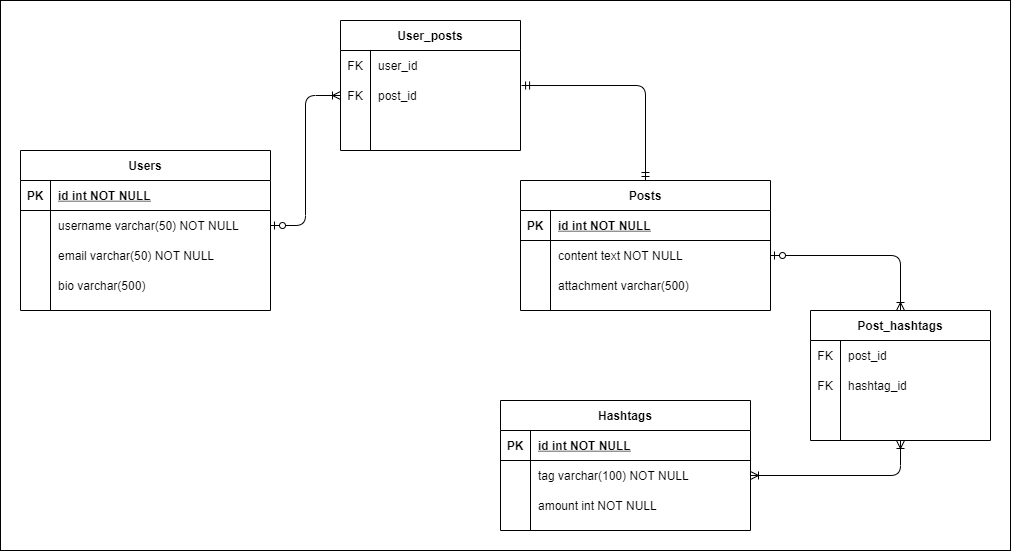
nardiyansah/Generasi-GIGIH-Final-Project keeps this draw.io diagram as social media.png. Above is the earlier version. Source tidied: cells renumbered, new cells last; positions are measured from the earlier drawing's top-left corner, leaving out a move shared by most shapes.
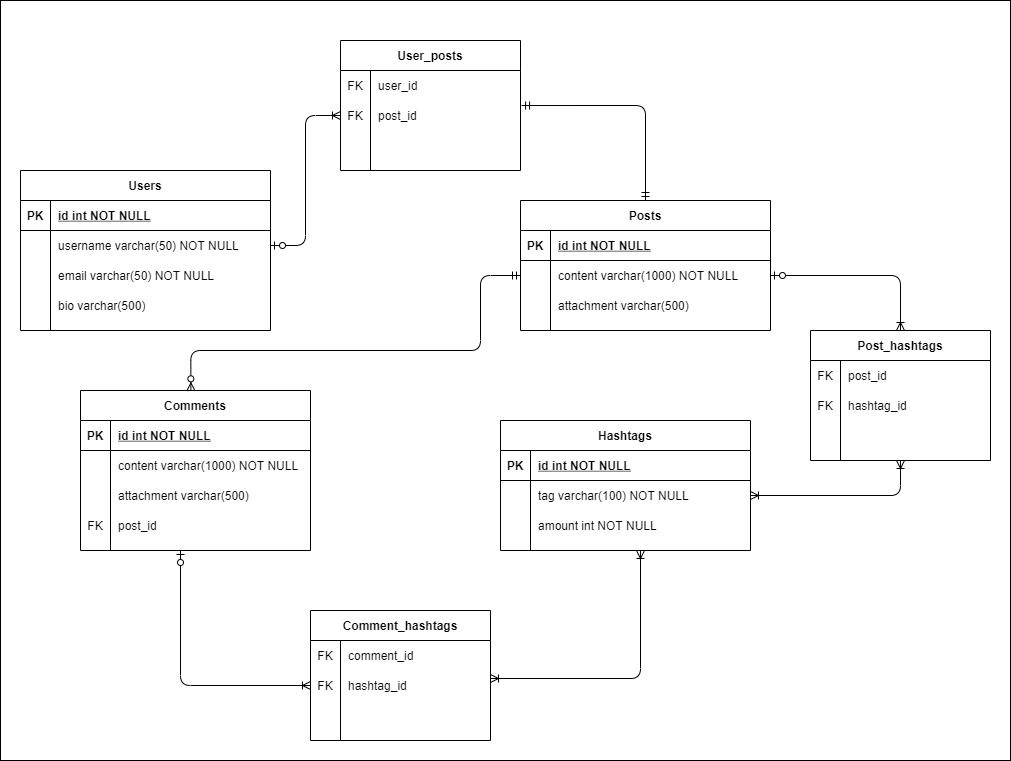
Later version of the same file.

Commit message:
[change] add table comment on scheme

Diff of the diagram source:
```diff
@@ -2,9 +2,9 @@
   <root>
     <mxCell id="0" />
     <mxCell id="1" parent="0" />
-    <mxCell id="2" style="rounded=0;whiteSpace=wrap;html=1;" parent="1" vertex="1">
-      <mxGeometry width="1010" height="550" as="geometry" />
-    </mxCell>
+    <mxCell id="60" style="rounded=0;whiteSpace=wrap;html=1;" parent="1" vertex="1">
+      <mxGeometry y="-20" width="1010" height="760" as="geometry" />
+    </mxCell>
     <mxCell id="3" value="Posts" style="shape=table;startSize=30;rowLines=0;fontStyle=1;align=center;" parent="1" vertex="1">
       <mxGeometry x="520" y="180" width="250" height="130" as="geometry" />
     </mxCell>
@@ -23,7 +23,7 @@
     <mxCell id="8" style="shape=partialRectangle;overflow=hidden;fillColor=none;top=0;left=0;bottom=0;right=0;" parent="7" vertex="1">
       <mxGeometry width="30" height="30" as="geometry" />
     </mxCell>
-    <mxCell id="9" value="content text NOT NULL" style="shape=partialRectangle;overflow=hidden;fillColor=none;top=0;left=0;bottom=0;right=0;align=left;spacingLeft=6;" parent="7" vertex="1">
+    <mxCell id="9" value="content varchar(1000) NOT NULL" style="shape=partialRectangle;overflow=hidden;fillColor=none;top=0;left=0;bottom=0;right=0;align=left;spacingLeft=6;" parent="7" vertex="1">
       <mxGeometry x="30" width="220" height="30" as="geometry" />
     </mxCell>
     <mxCell id="10" style="shape=partialRectangle;fillColor=none;top=0;left=0;right=0;bottom=0;" parent="3" vertex="1">
@@ -176,5 +176,94 @@
     <mxCell id="59" style="edgeStyle=orthogonalEdgeStyle;fontSize=12;html=1;endArrow=ERoneToMany;startArrow=ERoneToMany;exitX=1;exitY=0.5;exitDx=0;exitDy=0;entryX=0.5;entryY=1;entryDx=0;entryDy=0;" parent="1" edge="1" source="17" target="46">
       <mxGeometry relative="1" as="geometry" />
     </mxCell>
+    <mxCell id="61" value="Comments" style="shape=table;startSize=30;rowLines=0;fontStyle=1;align=center;" parent="1" vertex="1">
+      <mxGeometry x="80" y="370" width="230" height="160" as="geometry" />
+    </mxCell>
+    <mxCell id="62" style="shape=partialRectangle;fillColor=none;top=0;left=0;bottom=1;right=0;" parent="61" vertex="1">
+      <mxGeometry y="30" width="230" height="30" as="geometry" />
+    </mxCell>
+    <mxCell id="63" value="PK" style="shape=partialRectangle;fillColor=none;top=0;left=0;bottom=0;right=0;fontStyle=1;overflow=hidden;" parent="62" vertex="1">
+      <mxGeometry width="30" height="30" as="geometry" />
+    </mxCell>
+    <mxCell id="64" value="id int NOT NULL" style="shape=partialRectangle;fillColor=none;top=0;left=0;bottom=0;right=0;align=left;spacingLeft=6;fontStyle=5;overflow=hidden;" parent="62" vertex="1">
+      <mxGeometry x="30" width="200" height="30" as="geometry" />
+    </mxCell>
+    <mxCell id="65" style="shape=partialRectangle;fillColor=none;top=0;left=0;bottom=0;right=0;" parent="61" vertex="1">
+      <mxGeometry y="60" width="230" height="30" as="geometry" />
+    </mxCell>
+    <mxCell id="66" style="shape=partialRectangle;fillColor=none;top=0;left=0;bottom=0;right=0;overflow=hidden;" parent="65" vertex="1">
+      <mxGeometry width="30" height="30" as="geometry" />
+    </mxCell>
+    <mxCell id="67" value="content varchar(1000) NOT NULL" style="shape=partialRectangle;fillColor=none;top=0;left=0;bottom=0;right=0;align=left;spacingLeft=6;overflow=hidden;" parent="65" vertex="1">
+      <mxGeometry x="30" width="200" height="30" as="geometry" />
+    </mxCell>
+    <mxCell id="68" style="shape=partialRectangle;fillColor=none;top=0;left=0;bottom=0;right=0;" parent="61" vertex="1">
+      <mxGeometry y="90" width="230" height="30" as="geometry" />
+    </mxCell>
+    <mxCell id="69" style="shape=partialRectangle;fillColor=none;top=0;left=0;bottom=0;right=0;overflow=hidden;" parent="68" vertex="1">
+      <mxGeometry width="30" height="30" as="geometry" />
+    </mxCell>
+    <mxCell id="70" value="attachment varchar(500)" style="shape=partialRectangle;fillColor=none;top=0;left=0;bottom=0;right=0;align=left;spacingLeft=6;overflow=hidden;" parent="68" vertex="1">
+      <mxGeometry x="30" width="200" height="30" as="geometry" />
+    </mxCell>
+    <mxCell id="71" style="shape=partialRectangle;fillColor=none;top=0;left=0;bottom=0;right=0;" parent="61" vertex="1">
+      <mxGeometry y="120" width="230" height="30" as="geometry" />
+    </mxCell>
+    <mxCell id="72" value="FK" style="shape=partialRectangle;fillColor=none;top=0;left=0;bottom=0;right=0;overflow=hidden;" parent="71" vertex="1">
+      <mxGeometry width="30" height="30" as="geometry" />
+    </mxCell>
+    <mxCell id="73" value="post_id" style="shape=partialRectangle;fillColor=none;top=0;left=0;bottom=0;right=0;align=left;spacingLeft=6;overflow=hidden;" parent="71" vertex="1">
+      <mxGeometry x="30" width="200" height="30" as="geometry" />
+    </mxCell>
+    <mxCell id="74" style="edgeStyle=orthogonalEdgeStyle;fontSize=12;html=1;endArrow=ERzeroToMany;startArrow=ERmandOne;exitX=0;exitY=0.5;exitDx=0;exitDy=0;entryX=0.48;entryY=0.002;entryDx=0;entryDy=0;entryPerimeter=0;" parent="1" edge="1" source="7" target="61">
+      <mxGeometry relative="1" as="geometry">
+        <Array as="points">
+          <mxPoint x="480" y="255" />
+          <mxPoint x="480" y="330" />
+          <mxPoint x="190" y="330" />
+        </Array>
+      </mxGeometry>
+    </mxCell>
+    <mxCell id="75" value="Comment_hashtags" style="shape=table;startSize=30;rowLines=0;fontStyle=1;align=center;" parent="1" vertex="1">
+      <mxGeometry x="310" y="590" width="180" height="130" as="geometry" />
+    </mxCell>
+    <mxCell id="76" style="shape=partialRectangle;fillColor=none;top=0;left=0;bottom=0;right=0;" parent="75" vertex="1">
+      <mxGeometry y="30" width="180" height="30" as="geometry" />
+    </mxCell>
+    <mxCell id="77" value="FK" style="shape=partialRectangle;fillColor=none;top=0;left=0;bottom=0;right=0;overflow=hidden;" parent="76" vertex="1">
+      <mxGeometry width="30" height="30" as="geometry" />
+    </mxCell>
+    <mxCell id="78" value="comment_id" style="shape=partialRectangle;fillColor=none;top=0;left=0;bottom=0;right=0;align=left;spacingLeft=6;overflow=hidden;" parent="76" vertex="1">
+      <mxGeometry x="30" width="150" height="30" as="geometry" />
+    </mxCell>
+    <mxCell id="79" style="shape=partialRectangle;fillColor=none;top=0;left=0;bottom=0;right=0;points=[[0,0.5],[1,0.5]];portConstraint=eastwest;" parent="75" vertex="1">
+      <mxGeometry y="60" width="180" height="30" as="geometry" />
+    </mxCell>
+    <mxCell id="80" value="FK" style="shape=partialRectangle;fillColor=none;top=0;left=0;bottom=0;right=0;overflow=hidden;" parent="79" vertex="1">
+      <mxGeometry width="30" height="30" as="geometry" />
+    </mxCell>
+    <mxCell id="81" value="hashtag_id" style="shape=partialRectangle;fillColor=none;top=0;left=0;bottom=0;right=0;align=left;spacingLeft=6;overflow=hidden;" parent="79" vertex="1">
+      <mxGeometry x="30" width="150" height="30" as="geometry" />
+    </mxCell>
+    <mxCell id="82" style="shape=partialRectangle;fillColor=none;top=0;left=0;bottom=0;right=0;" parent="75" vertex="1">
+      <mxGeometry y="90" width="180" height="30" as="geometry" />
+    </mxCell>
+    <mxCell id="83" style="shape=partialRectangle;fillColor=none;top=0;left=0;bottom=0;right=0;overflow=hidden;" parent="82" vertex="1">
+      <mxGeometry width="30" height="30" as="geometry" />
+    </mxCell>
+    <mxCell id="84" style="shape=partialRectangle;fillColor=none;top=0;left=0;bottom=0;right=0;align=left;spacingLeft=6;overflow=hidden;" parent="82" vertex="1">
+      <mxGeometry x="30" width="150" height="30" as="geometry" />
+    </mxCell>
+    <mxCell id="85" style="edgeStyle=orthogonalEdgeStyle;fontSize=12;html=1;endArrow=ERoneToMany;startArrow=ERoneToMany;exitX=1;exitY=0.5;exitDx=0;exitDy=0;" parent="1" edge="1">
+      <mxGeometry relative="1" as="geometry">
+        <mxPoint x="490" y="658" as="sourcePoint" />
+        <mxPoint x="640" y="530" as="targetPoint" />
+      </mxGeometry>
+    </mxCell>
+    <mxCell id="86" style="edgeStyle=orthogonalEdgeStyle;fontSize=12;html=1;endArrow=ERoneToMany;startArrow=ERzeroToOne;startFill=1;" parent="1" edge="1" target="79">
+      <mxGeometry relative="1" as="geometry">
+        <mxPoint x="180" y="530" as="sourcePoint" />
+      </mxGeometry>
+    </mxCell>
   </root>
 </mxGraphModel>
```
